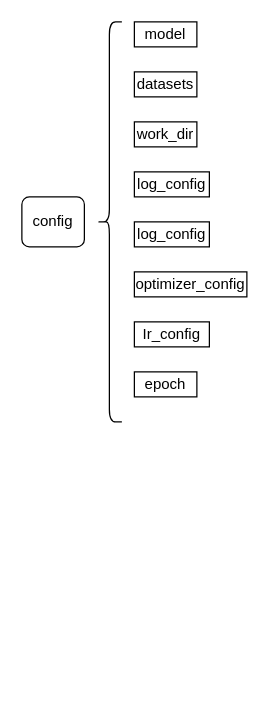
Earlier version of the draw.io diagram Untitled Diagram.drawio (do1nothing/A-LOAM). Source tidied: cells renumbered, new cells numbered last; positions are measured from the earlier drawing's top-left corner, leaving out a move shared by most shapes. Both pictures are drawn from the tidied source at 125%, with x=0, y=0 at pixel (21, 21).
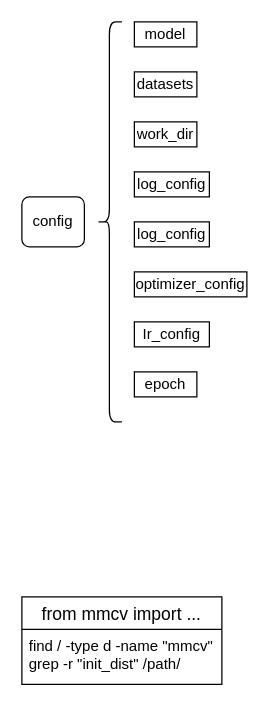
After the change.

Diff of the diagram source:
```diff
@@
 <mxGraphModel>
   <root>
     <mxCell id="0" />
     <mxCell id="1" parent="0" />
     <mxCell id="2" value="config" style="rounded=1;whiteSpace=wrap;html=1;" parent="1" vertex="1">
       <mxGeometry y="140" width="50" height="40" as="geometry" />
     </mxCell>
     <mxCell id="3" style="shape=curlyBracket;whiteSpace=wrap;html=1;rounded=1;labelPosition=left;verticalLabelPosition=middle;align=right;verticalAlign=middle;" parent="1" vertex="1">
       <mxGeometry x="60" width="20" height="320" as="geometry" />
     </mxCell>
     <mxCell id="4" value="model" style="whiteSpace=wrap;html=1;" parent="1" vertex="1">
       <mxGeometry x="90" width="50" height="20" as="geometry" />
     </mxCell>
     <mxCell id="5" value="datasets" style="whiteSpace=wrap;html=1;" parent="1" vertex="1">
       <mxGeometry x="90" y="40" width="50" height="20" as="geometry" />
     </mxCell>
     <mxCell id="6" value="work_dir" style="whiteSpace=wrap;html=1;" parent="1" vertex="1">
       <mxGeometry x="90" y="80" width="50" height="20" as="geometry" />
     </mxCell>
     <mxCell id="7" value="log_config" style="whiteSpace=wrap;html=1;" parent="1" vertex="1">
       <mxGeometry x="90" y="120" width="60" height="20" as="geometry" />
     </mxCell>
     <mxCell id="8" value="log_config" style="whiteSpace=wrap;html=1;" parent="1" vertex="1">
       <mxGeometry x="90" y="160" width="60" height="20" as="geometry" />
     </mxCell>
     <mxCell id="9" value="optimizer_config" style="whiteSpace=wrap;html=1;" parent="1" vertex="1">
       <mxGeometry x="90" y="200" width="90" height="20" as="geometry" />
     </mxCell>
     <mxCell id="10" value="Ir_config" style="whiteSpace=wrap;html=1;" parent="1" vertex="1">
       <mxGeometry x="90" y="240" width="60" height="20" as="geometry" />
     </mxCell>
     <mxCell id="11" value="epoch" style="whiteSpace=wrap;html=1;" parent="1" vertex="1">
       <mxGeometry x="90" y="280" width="50" height="20" as="geometry" />
     </mxCell>
+    <mxCell id="12" value="from mmcv import ..." style="swimlane;fontStyle=0;horizontal=1;startSize=26;align=center;fontSize=14;" parent="1" vertex="1">
+      <mxGeometry y="460" width="160" height="70" as="geometry" />
+    </mxCell>
+    <mxCell id="13" value="find / -type d -name &quot;mmcv&quot;&lt;div&gt;grep -r &quot;init_dist&quot; /path/&lt;/div&gt;" style="text;strokeColor=none;fillColor=none;spacingLeft=4;spacingRight=4;overflow=hidden;fontSize=12;whiteSpace=wrap;html=1;" parent="12" vertex="1">
+      <mxGeometry y="26" width="160" height="44" as="geometry" />
+    </mxCell>
   </root>
 </mxGraphModel>
```
